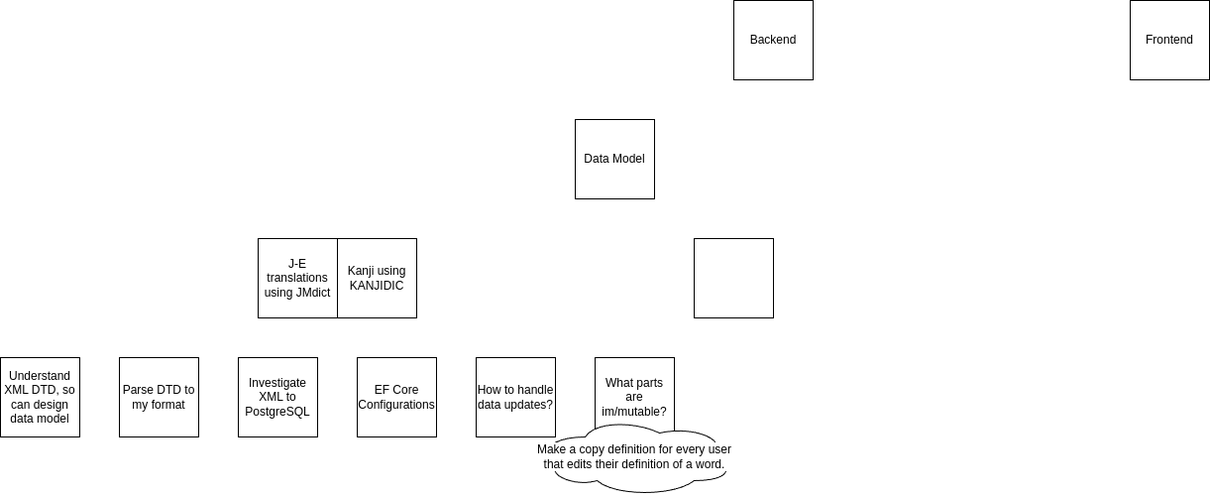
Above: docs/ProjectPlan.drawio.png in shibaholic/dango_jisho (draw.io), before the change. Source tidied: cells renumbered, new cells last; positions are measured from the earlier drawing's top-left corner, leaving out a move shared by most shapes. Source of this version:
```xml
<mxGraphModel>
  <root>
    <mxCell id="0" />
    <mxCell id="1" parent="0" />
    <mxCell id="2" value="Backend" style="whiteSpace=wrap;html=1;" parent="1" vertex="1">
      <mxGeometry x="740" width="80" height="80" as="geometry" />
    </mxCell>
    <mxCell id="3" value="Frontend" style="whiteSpace=wrap;html=1;" parent="1" vertex="1">
      <mxGeometry x="1140" width="80" height="80" as="geometry" />
    </mxCell>
    <mxCell id="4" value="Data Model" style="whiteSpace=wrap;html=1;" parent="1" vertex="1">
      <mxGeometry x="580" y="120" width="80" height="80" as="geometry" />
    </mxCell>
    <mxCell id="5" value="EF Core Configurations" style="whiteSpace=wrap;html=1;" parent="1" vertex="1">
      <mxGeometry x="360" y="360" width="80" height="80" as="geometry" />
    </mxCell>
    <mxCell id="6" value="Investigate XML to PostgreSQL" style="whiteSpace=wrap;html=1;" parent="1" vertex="1">
      <mxGeometry x="240" y="360" width="80" height="80" as="geometry" />
    </mxCell>
    <mxCell id="7" value="How to handle data updates?" style="whiteSpace=wrap;html=1;" parent="1" vertex="1">
      <mxGeometry x="480" y="360" width="80" height="80" as="geometry" />
    </mxCell>
    <mxCell id="8" value="J-E translations using JMdict" style="whiteSpace=wrap;html=1;" parent="1" vertex="1">
      <mxGeometry x="260" y="240" width="80" height="80" as="geometry" />
    </mxCell>
    <mxCell id="9" value="Understand XML DTD, so can design data model" style="whiteSpace=wrap;html=1;" parent="1" vertex="1">
      <mxGeometry y="360" width="80" height="80" as="geometry" />
    </mxCell>
    <mxCell id="10" value="Parse DTD to my format" style="whiteSpace=wrap;html=1;" parent="1" vertex="1">
      <mxGeometry x="120" y="360" width="80" height="80" as="geometry" />
    </mxCell>
    <mxCell id="11" value="Kanji using KANJIDIC" style="whiteSpace=wrap;html=1;" parent="1" vertex="1">
      <mxGeometry x="340" y="240" width="80" height="80" as="geometry" />
    </mxCell>
    <mxCell id="12" value="What parts are im/mutable?" style="whiteSpace=wrap;html=1;" parent="1" vertex="1">
      <mxGeometry x="600" y="360" width="80" height="80" as="geometry" />
    </mxCell>
    <mxCell id="13" style="whiteSpace=wrap;html=1;" parent="1" vertex="1">
      <mxGeometry x="700" y="240" width="80" height="80" as="geometry" />
    </mxCell>
    <mxCell id="14" value="Make a copy definition for every user that edits their definition of a word." style="ellipse;shape=cloud;whiteSpace=wrap;html=1;labelBackgroundColor=default;" parent="1" vertex="1">
      <mxGeometry x="540" y="420" width="200" height="80" as="geometry" />
    </mxCell>
  </root>
</mxGraphModel>
```
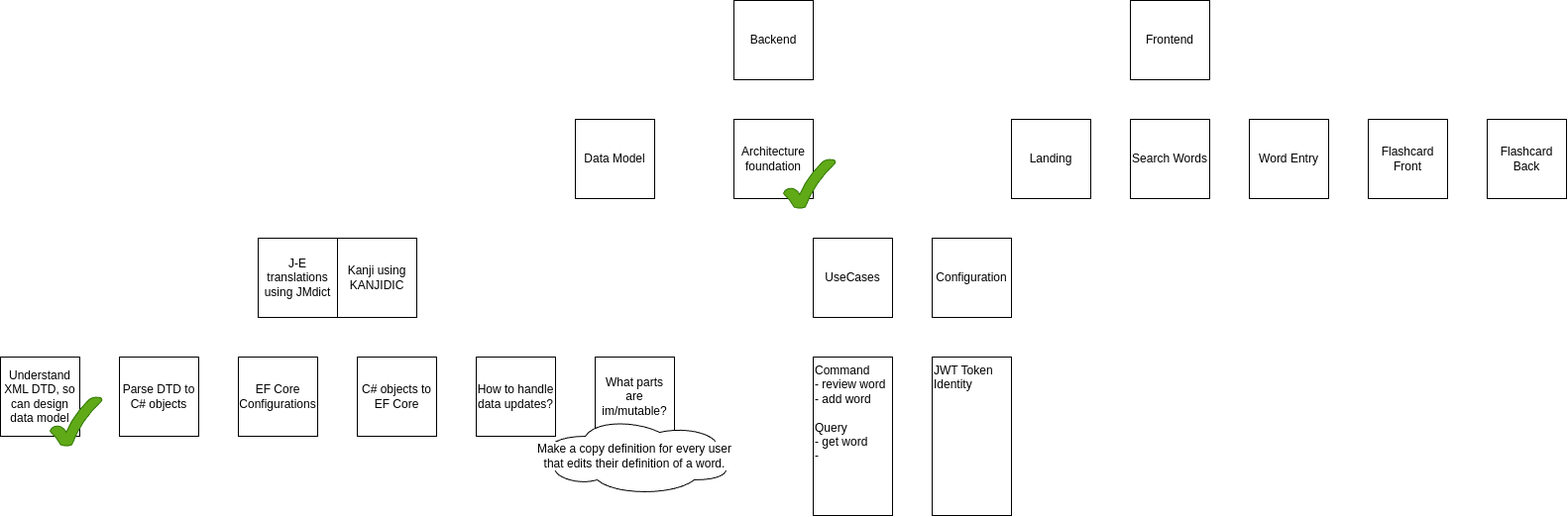
After the change.

Commit message:
Dec 16 24 - added to journal and project plan

The edit, as a diff of the source:
```diff
@@ -12,10 +12,10 @@
       <mxGeometry x="580" y="120" width="80" height="80" as="geometry" />
     </mxCell>
     <mxCell id="5" value="EF Core Configurations" style="whiteSpace=wrap;html=1;" parent="1" vertex="1">
-      <mxGeometry x="360" y="360" width="80" height="80" as="geometry" />
+      <mxGeometry x="240" y="360" width="80" height="80" as="geometry" />
     </mxCell>
-    <mxCell id="6" value="Investigate XML to PostgreSQL" style="whiteSpace=wrap;html=1;" parent="1" vertex="1">
-      <mxGeometry x="240" y="360" width="80" height="80" as="geometry" />
+    <mxCell id="6" value="C# objects to EF Core" style="whiteSpace=wrap;html=1;" parent="1" vertex="1">
+      <mxGeometry x="360" y="360" width="80" height="80" as="geometry" />
     </mxCell>
     <mxCell id="7" value="How to handle data updates?" style="whiteSpace=wrap;html=1;" parent="1" vertex="1">
       <mxGeometry x="480" y="360" width="80" height="80" as="geometry" />
@@ -26,7 +26,7 @@
     <mxCell id="9" value="Understand XML DTD, so can design data model" style="whiteSpace=wrap;html=1;" parent="1" vertex="1">
       <mxGeometry y="360" width="80" height="80" as="geometry" />
     </mxCell>
-    <mxCell id="10" value="Parse DTD to my format" style="whiteSpace=wrap;html=1;" parent="1" vertex="1">
+    <mxCell id="10" value="Parse DTD to C# objects" style="whiteSpace=wrap;html=1;" parent="1" vertex="1">
       <mxGeometry x="120" y="360" width="80" height="80" as="geometry" />
     </mxCell>
     <mxCell id="11" value="Kanji using KANJIDIC" style="whiteSpace=wrap;html=1;" parent="1" vertex="1">
@@ -35,11 +35,44 @@
     <mxCell id="12" value="What parts are im/mutable?" style="whiteSpace=wrap;html=1;" parent="1" vertex="1">
       <mxGeometry x="600" y="360" width="80" height="80" as="geometry" />
     </mxCell>
-    <mxCell id="13" style="whiteSpace=wrap;html=1;" parent="1" vertex="1">
-      <mxGeometry x="700" y="240" width="80" height="80" as="geometry" />
+    <mxCell id="13" value="&lt;div&gt;&lt;span style=&quot;background-color: initial;&quot;&gt;UseCases&lt;/span&gt;&lt;br&gt;&lt;/div&gt;" style="whiteSpace=wrap;html=1;" parent="1" vertex="1">
+      <mxGeometry x="820" y="240" width="80" height="80" as="geometry" />
     </mxCell>
     <mxCell id="14" value="Make a copy definition for every user that edits their definition of a word." style="ellipse;shape=cloud;whiteSpace=wrap;html=1;labelBackgroundColor=default;" parent="1" vertex="1">
       <mxGeometry x="540" y="420" width="200" height="80" as="geometry" />
     </mxCell>
+    <mxCell id="15" style="verticalLabelPosition=bottom;verticalAlign=top;html=1;shape=mxgraph.basic.tick;fillColor=#60a917;strokeColor=#2D7600;shadow=0;fontColor=#ffffff;" parent="1" vertex="1">
+      <mxGeometry x="50" y="400" width="52.5" height="50" as="geometry" />
+    </mxCell>
+    <mxCell id="16" value="&lt;div&gt;Command&lt;/div&gt;- review word&lt;div&gt;- add word&lt;/div&gt;&lt;div&gt;&lt;br&gt;&lt;/div&gt;&lt;div&gt;Query&lt;/div&gt;&lt;div&gt;- get word&lt;/div&gt;&lt;div&gt;-&amp;nbsp;&lt;/div&gt;" style="rounded=0;whiteSpace=wrap;html=1;align=left;verticalAlign=top;" parent="1" vertex="1">
+      <mxGeometry x="820" y="360" width="80" height="160" as="geometry" />
+    </mxCell>
+    <mxCell id="17" value="&lt;div&gt;&lt;span style=&quot;background-color: initial;&quot;&gt;Configuration&lt;/span&gt;&lt;br&gt;&lt;/div&gt;" style="whiteSpace=wrap;html=1;" parent="1" vertex="1">
+      <mxGeometry x="940" y="240" width="80" height="80" as="geometry" />
+    </mxCell>
+    <mxCell id="18" value="JWT Token&lt;div&gt;Identity&lt;/div&gt;&lt;div&gt;&lt;br&gt;&lt;/div&gt;" style="rounded=0;whiteSpace=wrap;html=1;align=left;verticalAlign=top;" parent="1" vertex="1">
+      <mxGeometry x="940" y="360" width="80" height="160" as="geometry" />
+    </mxCell>
+    <mxCell id="19" value="&lt;div&gt;Landing&lt;/div&gt;" style="whiteSpace=wrap;html=1;" parent="1" vertex="1">
+      <mxGeometry x="1020" y="120" width="80" height="80" as="geometry" />
+    </mxCell>
+    <mxCell id="20" value="&lt;div&gt;&lt;span style=&quot;background-color: initial;&quot;&gt;Search Words&lt;/span&gt;&lt;br&gt;&lt;/div&gt;" style="whiteSpace=wrap;html=1;" parent="1" vertex="1">
+      <mxGeometry x="1140" y="120" width="80" height="80" as="geometry" />
+    </mxCell>
+    <mxCell id="21" value="&lt;div&gt;&lt;span style=&quot;background-color: initial;&quot;&gt;Word Entry&lt;/span&gt;&lt;br&gt;&lt;/div&gt;" style="whiteSpace=wrap;html=1;" parent="1" vertex="1">
+      <mxGeometry x="1260" y="120" width="80" height="80" as="geometry" />
+    </mxCell>
+    <mxCell id="22" value="&lt;div&gt;&lt;span style=&quot;background-color: initial;&quot;&gt;Flashcard Front&lt;/span&gt;&lt;br&gt;&lt;/div&gt;" style="whiteSpace=wrap;html=1;" parent="1" vertex="1">
+      <mxGeometry x="1380" y="120" width="80" height="80" as="geometry" />
+    </mxCell>
+    <mxCell id="23" value="&lt;div&gt;&lt;span style=&quot;background-color: initial;&quot;&gt;Flashcard Back&lt;/span&gt;&lt;br&gt;&lt;/div&gt;" style="whiteSpace=wrap;html=1;" parent="1" vertex="1">
+      <mxGeometry x="1500" y="120" width="80" height="80" as="geometry" />
+    </mxCell>
+    <mxCell id="24" value="Architecture foundation" style="whiteSpace=wrap;html=1;" parent="1" vertex="1">
+      <mxGeometry x="740" y="120" width="80" height="80" as="geometry" />
+    </mxCell>
+    <mxCell id="25" style="verticalLabelPosition=bottom;verticalAlign=top;html=1;shape=mxgraph.basic.tick;fillColor=#60a917;strokeColor=#2D7600;shadow=0;fontColor=#ffffff;" parent="1" vertex="1">
+      <mxGeometry x="790" y="160" width="52.5" height="50" as="geometry" />
+    </mxCell>
   </root>
 </mxGraphModel>
```
